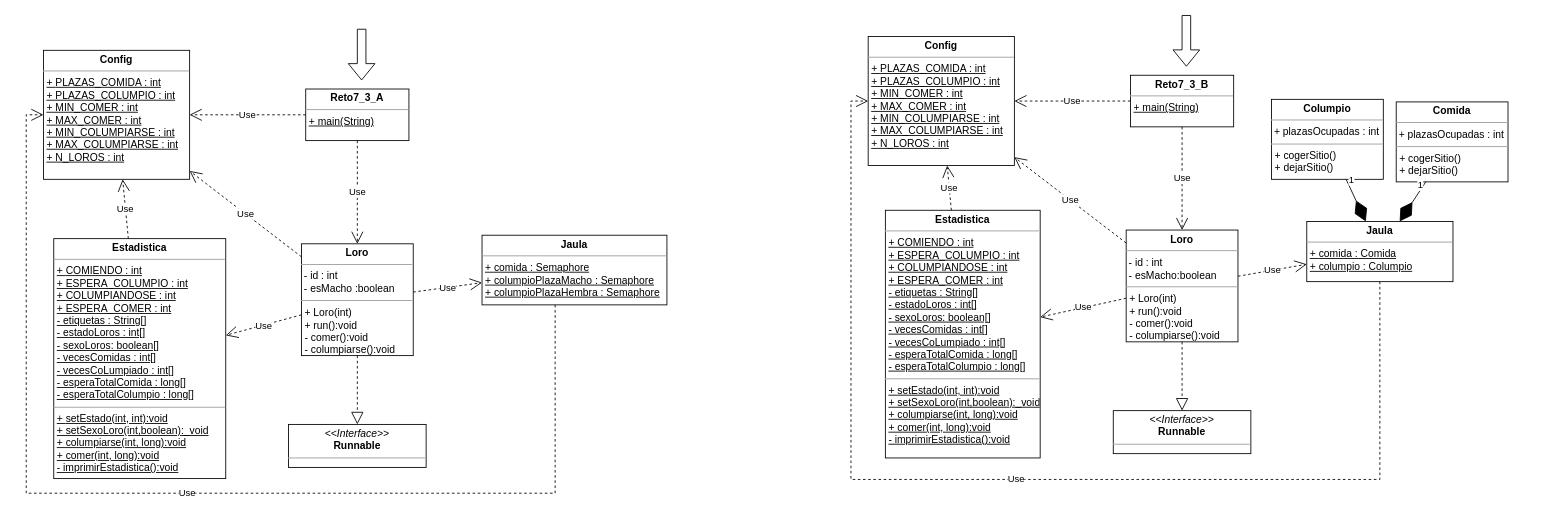
This is documentos/3.drawio from josebailoneduca/PSPRO_Reto7, a draw.io file, before an edit. Source tidied: cells renumbered, new cells numbered last; positions are measured from the earlier drawing's top-left corner, leaving out a move shared by most shapes. Both pictures are drawn from the tidied source at 86%, with x=0, y=0 at pixel (26, 15).
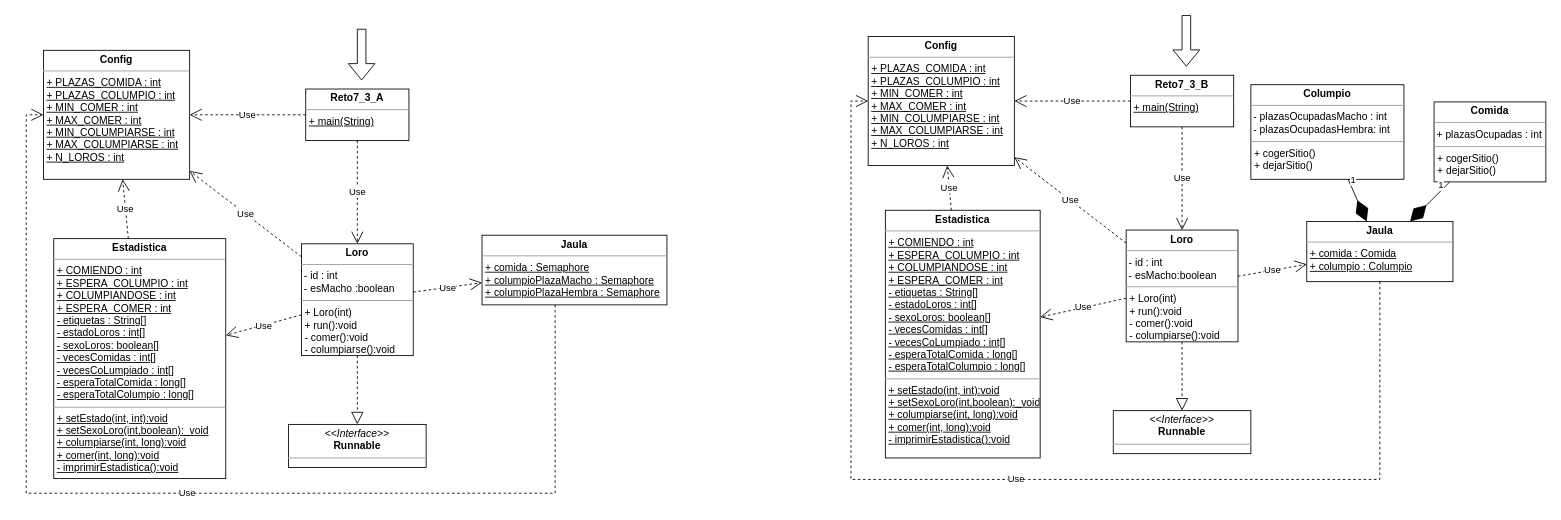
Above is the later version.

What changed in the source:
```diff
@@
-    <mxCell id="32" value="&lt;p style=&quot;margin:0px;margin-top:4px;text-align:center;&quot;&gt;&lt;b&gt;Columpio&lt;/b&gt;&lt;/p&gt;&lt;hr size=&quot;1&quot;&gt;&lt;p style=&quot;margin:0px;margin-left:4px;&quot;&gt;&lt;/p&gt;&amp;nbsp;+ plazasOcupadas : int&lt;br&gt;&lt;hr size=&quot;1&quot;&gt;&lt;p style=&quot;margin:0px;margin-left:4px;&quot;&gt;+&amp;nbsp;&lt;span style=&quot;background-color: initial;&quot;&gt;cogerSitio()&lt;/span&gt;&lt;br&gt;&lt;/p&gt;&lt;p style=&quot;margin:0px;margin-left:4px;&quot;&gt;+ dejarSitio()&lt;/p&gt;" style="verticalAlign=top;align=left;overflow=fill;fontSize=12;fontFamily=Helvetica;html=1;" parent="1" vertex="1">
-      <mxGeometry x="1448" y="98" width="130" height="93" as="geometry" />
+    <mxCell id="32" value="&lt;p style=&quot;margin:0px;margin-top:4px;text-align:center;&quot;&gt;&lt;b&gt;Columpio&lt;/b&gt;&lt;/p&gt;&lt;hr size=&quot;1&quot;&gt;&lt;p style=&quot;margin:0px;margin-left:4px;&quot;&gt;&lt;/p&gt;&amp;nbsp;- plazasOcupadasMacho : int&lt;br&gt;&amp;nbsp;- plazasOcupadasHembra: int&lt;br&gt;&lt;hr size=&quot;1&quot;&gt;&lt;p style=&quot;margin:0px;margin-left:4px;&quot;&gt;+&amp;nbsp;&lt;span style=&quot;background-color: initial;&quot;&gt;cogerSitio()&lt;/span&gt;&lt;br&gt;&lt;/p&gt;&lt;p style=&quot;margin:0px;margin-left:4px;&quot;&gt;+ dejarSitio()&lt;/p&gt;" style="verticalAlign=top;align=left;overflow=fill;fontSize=12;fontFamily=Helvetica;html=1;" parent="1" vertex="1">
+      <mxGeometry x="1424" y="81" width="178" height="110" as="geometry" />
     </mxCell>
@@
     <mxCell id="35" value="&lt;p style=&quot;margin:0px;margin-top:4px;text-align:center;&quot;&gt;&lt;b&gt;Comida&lt;/b&gt;&lt;/p&gt;&lt;hr size=&quot;1&quot;&gt;&lt;p style=&quot;margin:0px;margin-left:4px;&quot;&gt;&lt;/p&gt;&amp;nbsp;+ plazasOcupadas : int&lt;br&gt;&lt;hr size=&quot;1&quot;&gt;&lt;p style=&quot;margin:0px;margin-left:4px;&quot;&gt;+&amp;nbsp;&lt;span style=&quot;background-color: initial;&quot;&gt;cogerSitio()&lt;/span&gt;&lt;br&gt;&lt;/p&gt;&lt;p style=&quot;margin:0px;margin-left:4px;&quot;&gt;+ dejarSitio()&lt;/p&gt;" style="verticalAlign=top;align=left;overflow=fill;fontSize=12;fontFamily=Helvetica;html=1;" parent="1" vertex="1">
-      <mxGeometry x="1593" y="101" width="130" height="93" as="geometry" />
+      <mxGeometry x="1637" y="101" width="130" height="93" as="geometry" />
     </mxCell>
```
